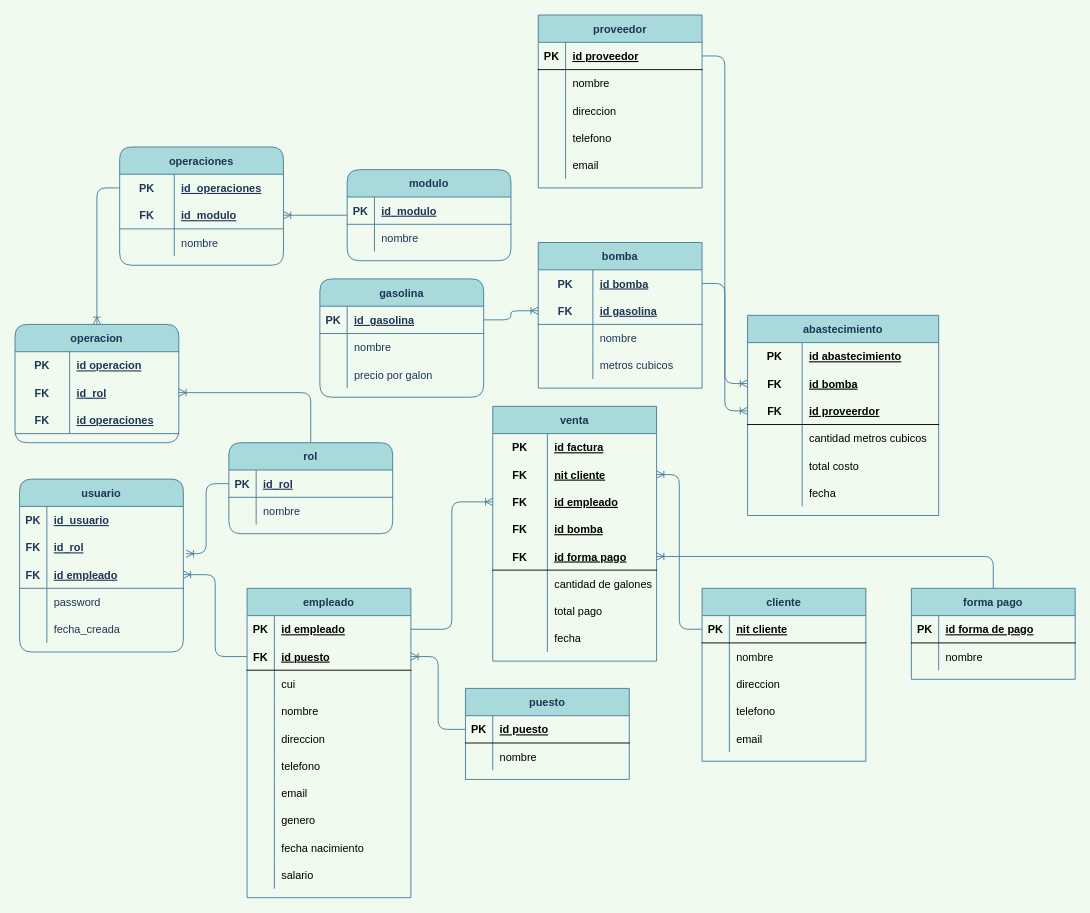
The draw.io diagram Untitled Diagram.drawio in BlackBidul/Diagrama-ER, before the edit. Source tidied: cells renumbered, new cells numbered last; positions are measured from the earlier drawing's top-left corner, leaving out a move shared by most shapes. Both pictures are drawn from the tidied source at 91%, with x=0, y=0 at pixel (15, 15).
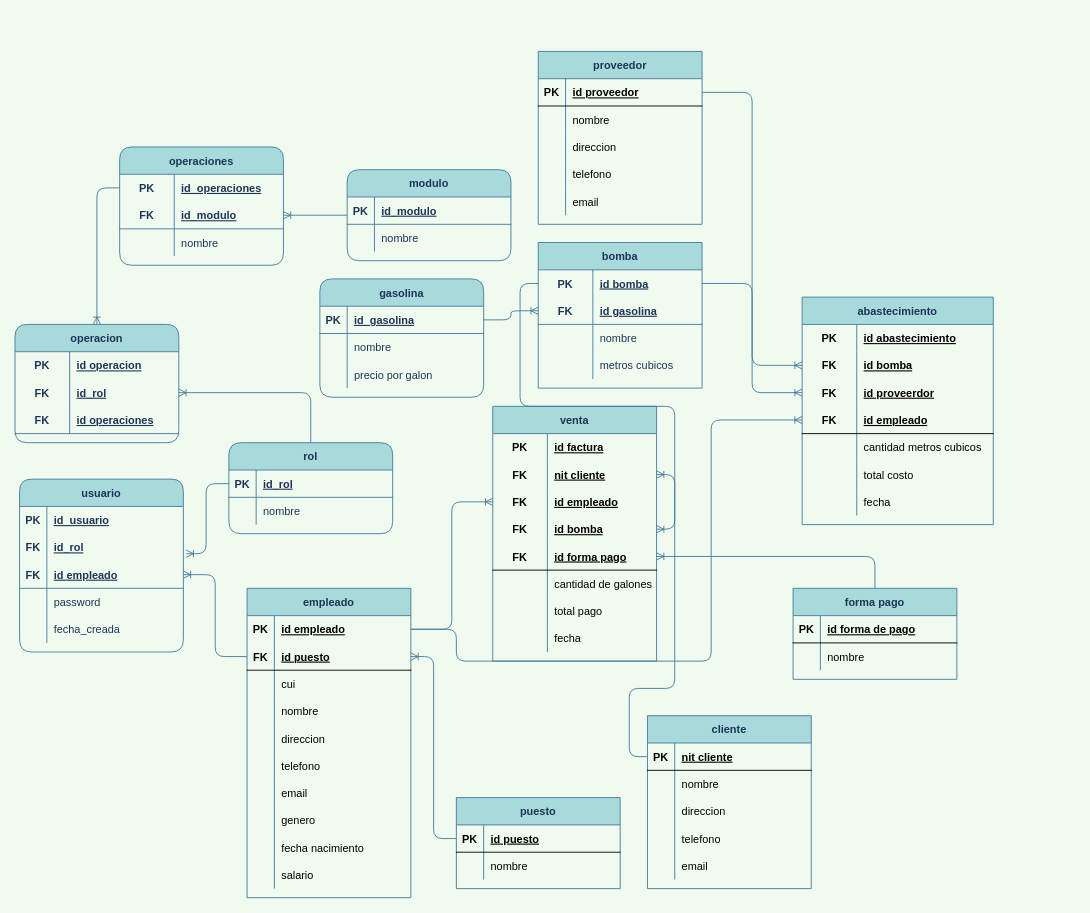
The same diagram, later.

The change refers to these unchanged cells:
```xml
<mxCell id="67" style="shape=partialRectangle;fillColor=none;top=0;left=0;bottom=0;right=0;points=[[0,0.5],[1,0.5]];portConstraint=eastwest;strokeColor=#457B9D;fontColor=#1D3557;" parent="66" vertex="1">
  <mxGeometry y="30" width="180" height="30" as="geometry" />
</mxCell>
<mxCell id="80" style="shape=partialRectangle;fillColor=none;top=0;left=0;bottom=0;right=0;points=[[0,0.5],[1,0.5]];portConstraint=eastwest;" parent="79" vertex="1">
  <mxGeometry y="30" width="180" height="30" as="geometry" />
</mxCell>
<mxCell id="119" style="shape=partialRectangle;fillColor=none;top=0;left=0;bottom=1;right=0;points=[[0,0.5],[1,0.5]];portConstraint=eastwest;" parent="118" vertex="1">
  <mxGeometry y="30" width="180" height="30" as="geometry" />
</mxCell>
<mxCell id="147" style="shape=partialRectangle;fillColor=none;top=0;left=0;bottom=0;right=0;points=[[0,0.5],[1,0.5]];portConstraint=eastwest;" parent="143" vertex="1">
  <mxGeometry y="60" width="180" height="30" as="geometry" />
</mxCell>
<mxCell id="153" style="shape=partialRectangle;fillColor=none;top=0;left=0;bottom=0;right=0;points=[[0,0.5],[1,0.5]];portConstraint=eastwest;" parent="143" vertex="1">
  <mxGeometry y="120" width="180" height="30" as="geometry" />
</mxCell>
```

What changed in the source:
```diff
@@
     <mxCell id="110" value="puesto" style="shape=table;startSize=30;childLayout=tableLayout;rowLines=0;fontStyle=1;align=center;rounded=0;sketch=0;strokeColor=#457B9D;fillColor=#A8DADC;fontColor=#1D3557;" parent="1" vertex="1">
-      <mxGeometry x="495" y="740" width="180" height="100" as="geometry" />
+      <mxGeometry x="485" y="860" width="180" height="100" as="geometry" />
     </mxCell>
@@
     <mxCell id="118" value="cliente" style="shape=table;startSize=30;childLayout=tableLayout;rowLines=0;fontStyle=1;align=center;rounded=0;sketch=0;strokeColor=#457B9D;fillColor=#A8DADC;fontColor=#1D3557;" parent="1" vertex="1">
-      <mxGeometry x="755" y="630" width="180" height="190" as="geometry" />
+      <mxGeometry x="695" y="770" width="180" height="190" as="geometry" />
     </mxCell>
@@
     <mxCell id="136" value="forma pago" style="shape=table;startSize=30;childLayout=tableLayout;rowLines=0;fontStyle=1;align=center;rounded=0;sketch=0;strokeColor=#457B9D;fillColor=#A8DADC;fontColor=#1D3557;" parent="1" vertex="1">
-      <mxGeometry x="985" y="630" width="180" height="100" as="geometry" />
+      <mxGeometry x="855" y="630" width="180" height="100" as="geometry" />
     </mxCell>
@@
     <mxCell id="168" value="proveedor" style="shape=table;startSize=30;childLayout=tableLayout;rowLines=0;fontStyle=1;align=center;rounded=0;sketch=0;strokeColor=#457B9D;fillColor=#A8DADC;fontColor=#1D3557;" parent="1" vertex="1">
-      <mxGeometry x="575" width="180" height="190" as="geometry" />
+      <mxGeometry x="575" y="40" width="180" height="190" as="geometry" />
     </mxCell>
@@
     <mxCell id="184" value="abastecimiento" style="shape=table;startSize=30;childLayout=tableLayout;rowLines=0;fontStyle=1;align=center;rounded=0;sketch=0;strokeColor=#457B9D;fillColor=#A8DADC;fontColor=#1D3557;" parent="1" vertex="1">
-      <mxGeometry x="805" y="330" width="210" height="220" as="geometry" />
+      <mxGeometry x="865" y="310" width="210" height="250" as="geometry" />
     </mxCell>
@@
-    <mxCell id="191" style="shape=partialRectangle;fillColor=none;top=0;left=0;bottom=1;right=0;points=[[0,0.5],[1,0.5]];portConstraint=eastwest;" parent="184" vertex="1">
+    <mxCell id="191" style="shape=partialRectangle;fillColor=none;top=0;left=0;bottom=0;right=0;points=[[0,0.5],[1,0.5]];portConstraint=eastwest;" parent="184" vertex="1">
       <mxGeometry y="90" width="210" height="30" as="geometry" />
     </mxCell>
@@
+    <mxCell id="208" style="shape=partialRectangle;fillColor=none;top=0;left=0;bottom=1;right=0;points=[[0,0.5],[1,0.5]];portConstraint=eastwest;" parent="184" vertex="1">
+      <mxGeometry y="120" width="210" height="30" as="geometry" />
+    </mxCell>
+    <mxCell id="209" value="FK" style="shape=partialRectangle;fillColor=none;top=0;left=0;bottom=0;right=0;fontStyle=1;overflow=hidden;" parent="208" vertex="1">
+      <mxGeometry width="60" height="30" as="geometry" />
+    </mxCell>
+    <mxCell id="210" value="id empleado" style="shape=partialRectangle;fillColor=none;top=0;left=0;bottom=0;right=0;align=left;spacingLeft=6;fontStyle=5;overflow=hidden;" parent="208" vertex="1">
+      <mxGeometry x="60" width="150" height="30" as="geometry" />
+    </mxCell>
     <mxCell id="194" style="shape=partialRectangle;fillColor=none;top=0;left=0;bottom=0;right=0;" parent="184" vertex="1">
-      <mxGeometry y="120" width="210" height="30" as="geometry" />
+      <mxGeometry y="150" width="210" height="30" as="geometry" />
     </mxCell>
@@
     <mxCell id="197" style="shape=partialRectangle;fillColor=none;top=0;left=0;bottom=0;right=0;" parent="184" vertex="1">
-      <mxGeometry y="150" width="210" height="30" as="geometry" />
+      <mxGeometry y="180" width="210" height="30" as="geometry" />
     </mxCell>
@@
     <mxCell id="200" style="shape=partialRectangle;fillColor=none;top=0;left=0;bottom=0;right=0;" parent="184" vertex="1">
-      <mxGeometry y="180" width="210" height="30" as="geometry" />
+      <mxGeometry y="210" width="210" height="30" as="geometry" />
     </mxCell>
@@
     <mxCell id="204" style="edgeStyle=orthogonalEdgeStyle;curved=0;rounded=1;sketch=0;jettySize=auto;html=1;entryX=1;entryY=0.5;entryDx=0;entryDy=0;endArrow=ERoneToMany;endFill=0;strokeColor=#457B9D;fillColor=#A8DADC;fontColor=#1D3557;" parent="1" edge="1" source="119" target="147">
-      <mxGeometry relative="1" as="geometry" />
+      <mxGeometry relative="1" as="geometry">
+        <Array as="points">
+          <mxPoint x="675" y="815" />
+          <mxPoint x="675" y="740" />
+          <mxPoint x="725" y="740" />
+          <mxPoint x="725" y="505" />
+        </Array>
+      </mxGeometry>
     </mxCell>
@@
+    <mxCell id="211" style="edgeStyle=orthogonalEdgeStyle;curved=0;rounded=1;sketch=0;jettySize=auto;html=1;entryX=1;entryY=0.5;entryDx=0;entryDy=0;endArrow=ERoneToMany;endFill=0;strokeColor=#457B9D;fillColor=#A8DADC;fontColor=#1D3557;" parent="1" edge="1" source="67" target="153">
+      <mxGeometry relative="1" as="geometry" />
+    </mxCell>
+    <mxCell id="212" style="edgeStyle=orthogonalEdgeStyle;curved=0;rounded=1;sketch=0;jettySize=auto;html=1;endArrow=ERoneToMany;endFill=0;strokeColor=#457B9D;fillColor=#A8DADC;fontColor=#1D3557;entryX=0;entryY=0.5;entryDx=0;entryDy=0;startFill=1;anchorPointDirection=1;noJump=0;exitX=1;exitY=0.5;exitDx=0;exitDy=0;" parent="1" edge="1" source="80" target="208">
+      <mxGeometry relative="1" as="geometry">
+        <Array as="points">
+          <mxPoint x="485" y="675" />
+          <mxPoint x="485" y="710" />
+          <mxPoint x="765" y="710" />
+          <mxPoint x="765" y="445" />
+        </Array>
+      </mxGeometry>
+    </mxCell>
```
